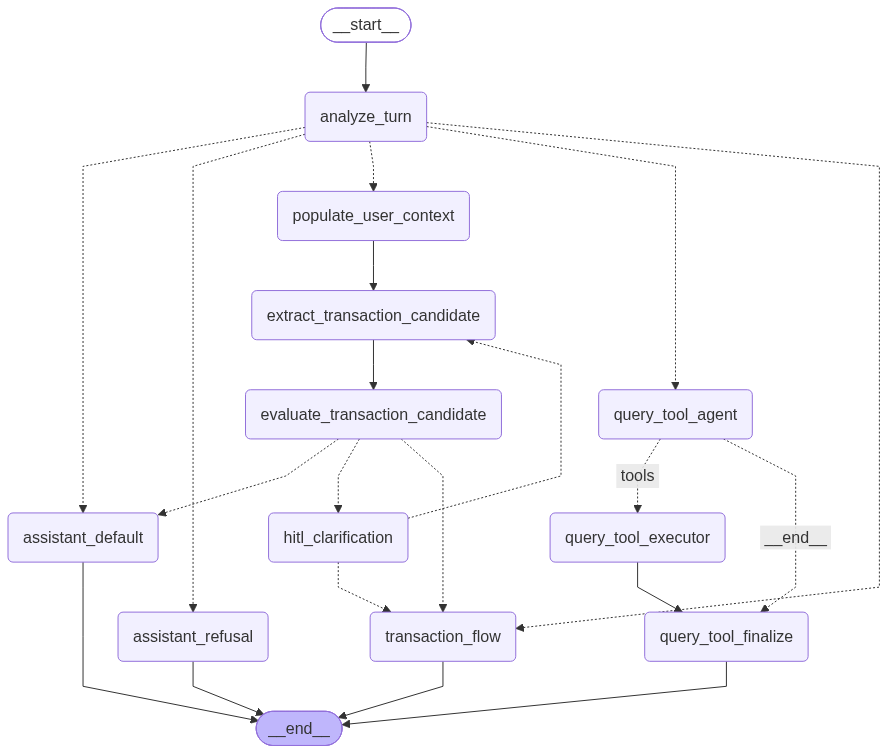
Earlier version of the Mermaid export apps/api/artifacts/langgraph/chat_langgraph.png (HazSyl1/AffordAbled). Its source is kept beside it as apps/api/artifacts/langgraph/chat_langgraph.mmd.
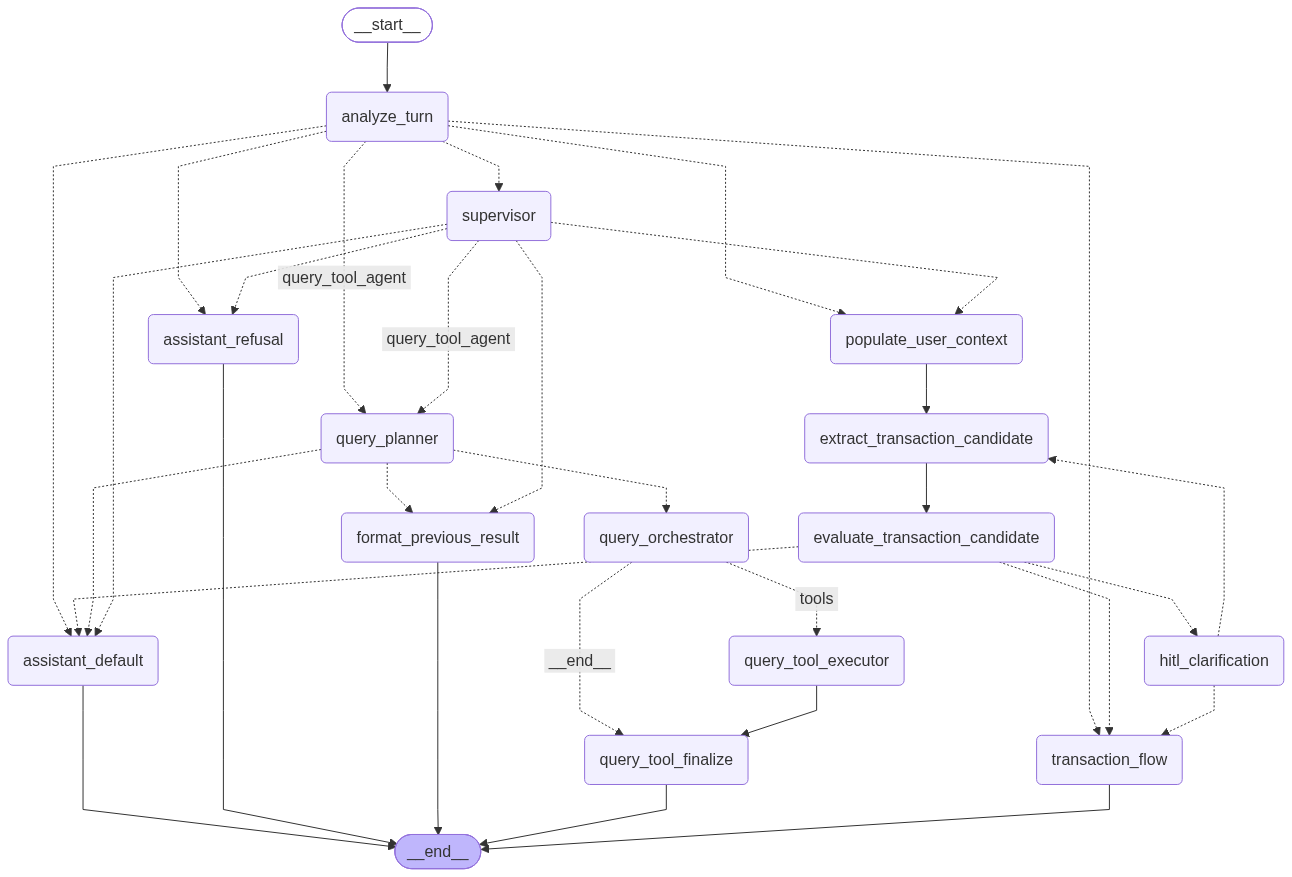
Above is the later version.

Commit message:
feat: add bounded LangGraph supervisor

Change to the diagram source:
```diff
@@ -6,12 +6,15 @@
 graph TD;
 	__start__([<p>__start__</p>]):::first
 	analyze_turn(analyze_turn)
+	supervisor(supervisor)
 	populate_user_context(populate_user_context)
 	extract_transaction_candidate(extract_transaction_candidate)
 	evaluate_transaction_candidate(evaluate_transaction_candidate)
 	hitl_clarification(hitl_clarification)
 	transaction_flow(transaction_flow)
-	query_tool_agent(query_tool_agent)
+	query_planner(query_planner)
+	format_previous_result(format_previous_result)
+	query_orchestrator(query_orchestrator)
 	query_tool_executor(query_tool_executor)
 	query_tool_finalize(query_tool_finalize)
 	assistant_default(assistant_default)
@@ -21,7 +24,8 @@
 	analyze_turn -.-> assistant_default;
 	analyze_turn -.-> assistant_refusal;
 	analyze_turn -.-> populate_user_context;
-	analyze_turn -.-> query_tool_agent;
+	analyze_turn -. &nbsp;query_tool_agent&nbsp; .-> query_planner;
+	analyze_turn -.-> supervisor;
 	analyze_turn -.-> transaction_flow;
 	evaluate_transaction_candidate -.-> assistant_default;
 	evaluate_transaction_candidate -.-> hitl_clarification;
@@ -30,11 +34,20 @@
 	hitl_clarification -.-> extract_transaction_candidate;
 	hitl_clarification -.-> transaction_flow;
 	populate_user_context --> extract_transaction_candidate;
-	query_tool_agent -. &nbsp;tools&nbsp; .-> query_tool_executor;
-	query_tool_agent -. &nbsp;__end__&nbsp; .-> query_tool_finalize;
+	query_orchestrator -. &nbsp;tools&nbsp; .-> query_tool_executor;
+	query_orchestrator -. &nbsp;__end__&nbsp; .-> query_tool_finalize;
+	query_planner -.-> assistant_default;
+	query_planner -.-> format_previous_result;
+	query_planner -.-> query_orchestrator;
 	query_tool_executor --> query_tool_finalize;
+	supervisor -.-> assistant_default;
+	supervisor -.-> assistant_refusal;
+	supervisor -.-> format_previous_result;
+	supervisor -.-> populate_user_context;
+	supervisor -. &nbsp;query_tool_agent&nbsp; .-> query_planner;
 	assistant_default --> __end__;
 	assistant_refusal --> __end__;
+	format_previous_result --> __end__;
 	query_tool_finalize --> __end__;
 	transaction_flow --> __end__;
 	classDef default fill:#f2f0ff,line-height:1.2
```
